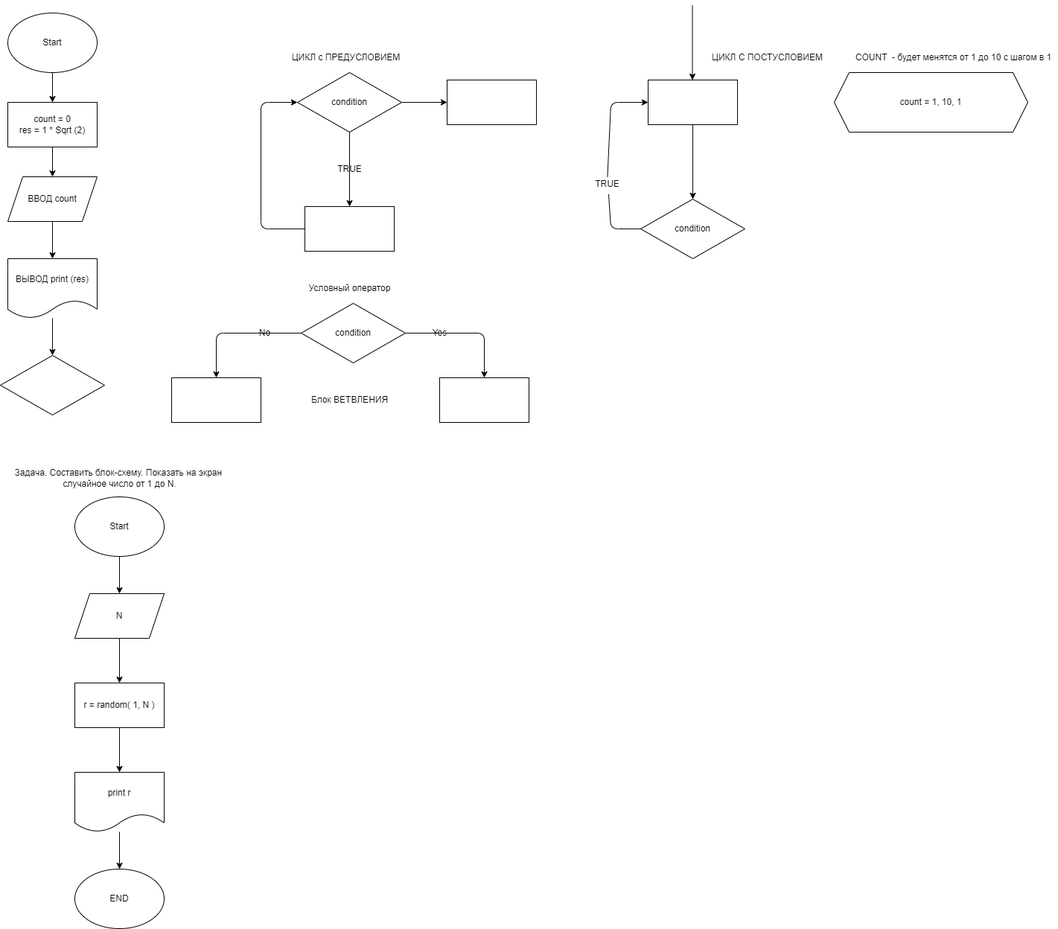
Before: practice_temp/ex000.drawio.png, a diagram exported from draw.io (Aleksey100500/Practice). Source tidied: cells renumbered, new cells last; positions are measured from the earlier drawing's top-left corner, leaving out a move shared by most shapes.
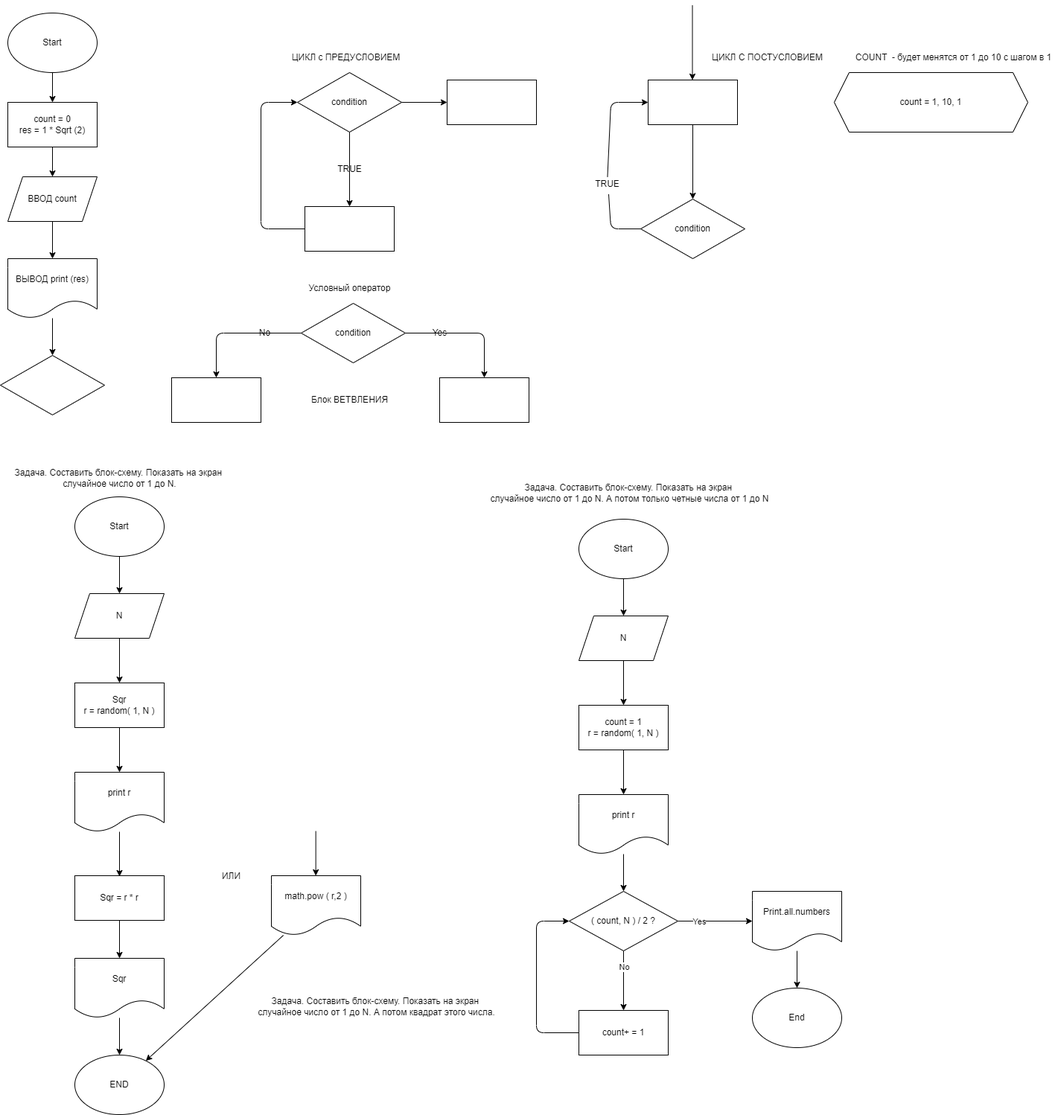
Above is the later version.

Change to the diagram source:
```diff
@@ -152,17 +152,117 @@
     <mxCell id="43" style="edgeStyle=none;html=1;" parent="1" edge="1" source="44" target="46">
       <mxGeometry relative="1" as="geometry" />
     </mxCell>
-    <mxCell id="44" value="r = random( 1, N )" style="rounded=0;whiteSpace=wrap;html=1;" parent="1" vertex="1">
+    <mxCell id="44" value="Sqr&lt;br&gt;r = random( 1, N )" style="rounded=0;whiteSpace=wrap;html=1;" parent="1" vertex="1">
       <mxGeometry x="100" y="910" width="120" height="60" as="geometry" />
     </mxCell>
-    <mxCell id="45" style="edgeStyle=none;html=1;" parent="1" edge="1" source="46" target="47">
-      <mxGeometry relative="1" as="geometry" />
-    </mxCell>
+    <mxCell id="48" style="edgeStyle=none;html=1;" parent="1" edge="1" source="46">
+      <mxGeometry relative="1" as="geometry">
+        <mxPoint x="160" y="1170" as="targetPoint" />
+      </mxGeometry>
+    </mxCell>
     <mxCell id="46" value="print r" style="shape=document;whiteSpace=wrap;html=1;boundedLbl=1;" parent="1" vertex="1">
       <mxGeometry x="100" y="1030" width="120" height="80" as="geometry" />
     </mxCell>
     <mxCell id="47" value="END" style="ellipse;whiteSpace=wrap;html=1;" parent="1" vertex="1">
-      <mxGeometry x="100" y="1160" width="120" height="80" as="geometry" />
+      <mxGeometry x="100" y="1410" width="120" height="80" as="geometry" />
     </mxCell>
+    <mxCell id="49" style="edgeStyle=none;html=1;" parent="1" edge="1" source="50" target="52">
+      <mxGeometry relative="1" as="geometry" />
+    </mxCell>
+    <mxCell id="50" value="Sqr = r * r" style="rounded=0;whiteSpace=wrap;html=1;" parent="1" vertex="1">
+      <mxGeometry x="100" y="1169" width="120" height="60" as="geometry" />
+    </mxCell>
+    <mxCell id="51" style="edgeStyle=none;html=1;entryX=0.5;entryY=0;entryDx=0;entryDy=0;" parent="1" edge="1" source="52" target="47">
+      <mxGeometry relative="1" as="geometry" />
+    </mxCell>
+    <mxCell id="52" value="Sqr" style="shape=document;whiteSpace=wrap;html=1;boundedLbl=1;" parent="1" vertex="1">
+      <mxGeometry x="100" y="1280" width="120" height="80" as="geometry" />
+    </mxCell>
+    <mxCell id="53" value="ИЛИ" style="text;html=1;align=center;verticalAlign=middle;strokeColor=none;fillColor=none;" parent="1" vertex="1">
+      <mxGeometry x="290" y="1160" width="40" height="20" as="geometry" />
+    </mxCell>
+    <mxCell id="54" style="edgeStyle=none;html=1;" parent="1" edge="1" source="55" target="47">
+      <mxGeometry relative="1" as="geometry" />
+    </mxCell>
+    <mxCell id="55" value="math.pow ( r,2 )" style="shape=document;whiteSpace=wrap;html=1;boundedLbl=1;" parent="1" vertex="1">
+      <mxGeometry x="364" y="1169" width="120" height="80" as="geometry" />
+    </mxCell>
+    <mxCell id="56" style="edgeStyle=none;html=1;" parent="1" edge="1">
+      <mxGeometry relative="1" as="geometry">
+        <mxPoint x="423.7" y="1109" as="sourcePoint" />
+        <mxPoint x="423.7" y="1169" as="targetPoint" />
+      </mxGeometry>
+    </mxCell>
+    <mxCell id="57" value="Задача. Составить блок-схему. Показать на экран &lt;br&gt;случайное число от 1 до N. А потом квадрат этого числа." style="text;html=1;align=center;verticalAlign=middle;strokeColor=none;fillColor=none;" parent="1" vertex="1">
+      <mxGeometry x="340" y="1330" width="330" height="30" as="geometry" />
+    </mxCell>
+    <mxCell id="58" value="Задача. Составить блок-схему. Показать на экран &lt;br&gt;случайное число от 1 до N. А потом только четные числа от 1 до N" style="text;html=1;align=center;verticalAlign=middle;strokeColor=none;fillColor=none;" parent="1" vertex="1">
+      <mxGeometry x="650" y="640" width="390" height="30" as="geometry" />
+    </mxCell>
+    <mxCell id="59" style="edgeStyle=none;html=1;" parent="1" edge="1" source="60" target="62">
+      <mxGeometry relative="1" as="geometry" />
+    </mxCell>
+    <mxCell id="60" value="Start" style="ellipse;whiteSpace=wrap;html=1;" parent="1" vertex="1">
+      <mxGeometry x="777" y="690" width="120" height="80" as="geometry" />
+    </mxCell>
+    <mxCell id="61" style="edgeStyle=none;html=1;" parent="1" edge="1" source="62" target="64">
+      <mxGeometry relative="1" as="geometry" />
+    </mxCell>
+    <mxCell id="62" value="N" style="shape=parallelogram;perimeter=parallelogramPerimeter;whiteSpace=wrap;html=1;fixedSize=1;" parent="1" vertex="1">
+      <mxGeometry x="777" y="820" width="120" height="60" as="geometry" />
+    </mxCell>
+    <mxCell id="63" style="edgeStyle=none;html=1;" parent="1" edge="1" source="64" target="66">
+      <mxGeometry relative="1" as="geometry" />
+    </mxCell>
+    <mxCell id="64" value="count = 1&lt;br&gt;r = random( 1, N )" style="rounded=0;whiteSpace=wrap;html=1;" parent="1" vertex="1">
+      <mxGeometry x="777" y="940" width="120" height="60" as="geometry" />
+    </mxCell>
+    <mxCell id="65" style="edgeStyle=none;html=1;" parent="1" edge="1" source="66">
+      <mxGeometry relative="1" as="geometry">
+        <mxPoint x="837" y="1190" as="targetPoint" />
+      </mxGeometry>
+    </mxCell>
+    <mxCell id="66" value="print r" style="shape=document;whiteSpace=wrap;html=1;boundedLbl=1;" parent="1" vertex="1">
+      <mxGeometry x="777" y="1060" width="120" height="80" as="geometry" />
+    </mxCell>
+    <mxCell id="67" style="edgeStyle=none;html=1;" parent="1" edge="1" source="71">
+      <mxGeometry relative="1" as="geometry">
+        <mxPoint x="837" y="1350" as="targetPoint" />
+      </mxGeometry>
+    </mxCell>
+    <mxCell id="68" value="No" style="edgeLabel;html=1;align=center;verticalAlign=middle;" parent="67" vertex="1">
+      <mxGeometry x="-0.45" y="1" relative="1" as="geometry" />
+    </mxCell>
+    <mxCell id="69" style="edgeStyle=none;html=1;" parent="1" edge="1" source="71">
+      <mxGeometry relative="1" as="geometry">
+        <mxPoint x="1010" y="1230" as="targetPoint" />
+      </mxGeometry>
+    </mxCell>
+    <mxCell id="70" value="Yes" style="edgeLabel;html=1;align=center;verticalAlign=middle;" parent="69" vertex="1">
+      <mxGeometry x="-0.44" y="-1" relative="1" as="geometry" />
+    </mxCell>
+    <mxCell id="71" value="( count, N ) / 2 ?" style="rhombus;whiteSpace=wrap;html=1;" parent="1" vertex="1">
+      <mxGeometry x="764" y="1190" width="146" height="80" as="geometry" />
+    </mxCell>
+    <mxCell id="72" style="edgeStyle=none;html=1;" parent="1" edge="1" source="73" target="76">
+      <mxGeometry relative="1" as="geometry" />
+    </mxCell>
+    <mxCell id="73" value="Print.all.numbers" style="shape=document;whiteSpace=wrap;html=1;boundedLbl=1;" parent="1" vertex="1">
+      <mxGeometry x="1010" y="1190" width="120" height="80" as="geometry" />
+    </mxCell>
+    <mxCell id="74" style="edgeStyle=none;html=1;entryX=0;entryY=0.5;entryDx=0;entryDy=0;" parent="1" edge="1" source="75" target="71">
+      <mxGeometry relative="1" as="geometry">
+        <Array as="points">
+          <mxPoint x="720" y="1380" />
+          <mxPoint x="720" y="1230" />
+        </Array>
+      </mxGeometry>
+    </mxCell>
+    <mxCell id="75" value="count+ = 1" style="rounded=0;whiteSpace=wrap;html=1;" parent="1" vertex="1">
+      <mxGeometry x="777" y="1350" width="120" height="60" as="geometry" />
+    </mxCell>
+    <mxCell id="76" value="End" style="ellipse;whiteSpace=wrap;html=1;" parent="1" vertex="1">
+      <mxGeometry x="1010" y="1320" width="120" height="80" as="geometry" />
+    </mxCell>
   </root>
 </mxGraphModel>
```
